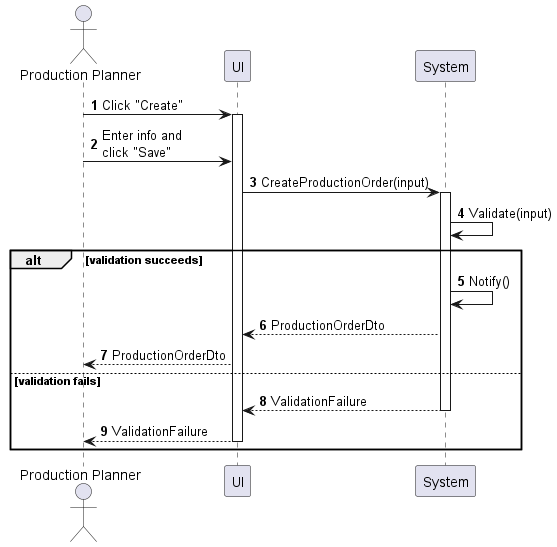
This is sequences/production-order-create.png from phihungha/scmss-reqs, a PlantUML export, as it was before one commit.
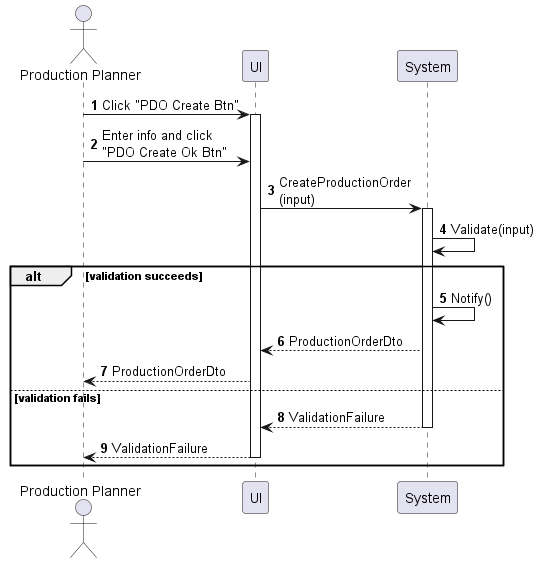
The same file after the commit.

Diff of the diagram source:
```diff
@@ -5,10 +5,10 @@
 participant UI as f
 participant System as b
 
-a -> f : Click "Create"
+a -> f : Click "PDO Create Btn"
 activate f
-a -> f : Enter info and\nclick "Save"
-f -> b : CreateProductionOrder(input)
+a -> f : Enter info and click\n"PDO Create Ok Btn"
+f -> b : CreateProductionOrder\n(input)
 activate b
 b -> b : Validate(input)
 
```
